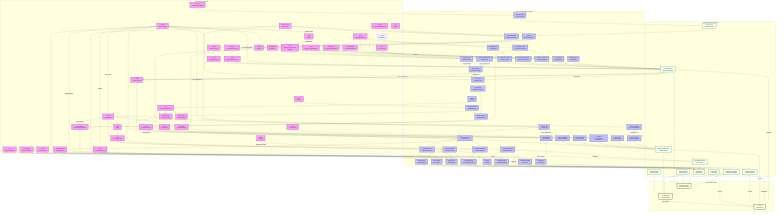
This is docs/figures/scoliosis_mechanism_map.png from sayuj1989-ops/life, a Mermaid export, as it was before one commit. Its source is kept beside it as docs/figures/scoliosis_mechanism_map.mmd.
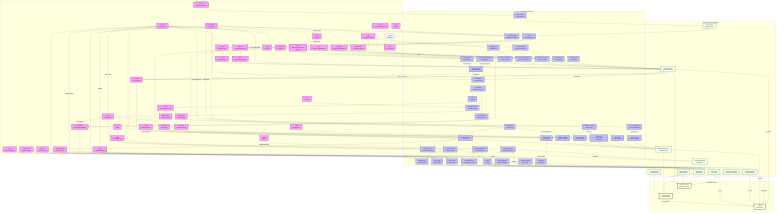
After the change.

Commit message:
weekly-map: add BMSC cilia defect arc

Diff of the diagram source:
```diff
@@ -80,6 +80,7 @@
         VEGF_A[VEGF-A/PGE2<br/>Secretory Response]
         Ferroptosis[Ferroptosis<br/>Iron Overload]
         Membrane_Tension[Membrane Tension<br/>Buffering Reserve]
+        Osteogenic_Signaling[Osteogenic Signaling<br/>BMSC Defect]
     end
 
     subgraph Tissue [Tissue Mechanics & Properties]
@@ -276,10 +277,14 @@
     Muscle_Tone -- "Micro-Tremor Dither" --> PIEZO2
 
 
+
+    CILIA -- "Gene Defect" --> Osteogenic_Signaling
+    Osteogenic_Signaling -- "Disruption" --> Osteogenesis
+
     CAV1 --> Membrane_Tension
     Membrane_Tension --> YAP
 
     class HOX,COL,PIEZO1,PIEZO2,CILIA,LBX1,ADGRG6,PTK7,YAP,PKD2L1,MMP,URP,UTS2R,GFAP,VIM,LAMIN,BMAL1,RUNX3,METTL3,ESR1,MELATONIN,MT2,HIF1A,POC5,DSTYK,TFEB,Beta_Catenin,DPY19L1L,IGF1R,GHR,SOST,FBN1,CCN,PPARGC1A,KCNQ,GPX4,CAV1 gene;
-    class Region,ECM_Assembly,Mech_Trans,Sym_Break,Neur_Diff,Muscle_Diff,Disc_Maint,PCP_Sig,Nucl_Shuttle,CSF_Sensing,Degradation,Astrogliosis,mtROS,Adipogenesis,Hydraulic_Congestion,Immune_Infilt,Circadian_Entrain,Proprio_Maint,H3K9me3,VCL_Stasis,Glymphatic_Stasis,Vestibular_Input,Gi_cAMP,Ciliary_Tuning,Hypoxia,Osteogenesis,Ciliary_Splint,Vacuole_Biogenesis,C_Mannosylation,Rapid_Growth,Energy_Deficit,mtBiogenesis,Fibrosis,TGFB,Osteocyte_Dendrite,Actin_Dynamics,VEGF_A,Ferroptosis,Membrane_Tension process;
+    class Region,ECM_Assembly,Mech_Trans,Sym_Break,Neur_Diff,Muscle_Diff,Disc_Maint,PCP_Sig,Nucl_Shuttle,CSF_Sensing,Degradation,Astrogliosis,mtROS,Adipogenesis,Hydraulic_Congestion,Immune_Infilt,Circadian_Entrain,Proprio_Maint,H3K9me3,VCL_Stasis,Glymphatic_Stasis,Vestibular_Input,Gi_cAMP,Ciliary_Tuning,Hypoxia,Osteogenesis,Ciliary_Splint,Vacuole_Biogenesis,C_Mannosylation,Rapid_Growth,Energy_Deficit,mtBiogenesis,Fibrosis,TGFB,Osteocyte_Dendrite,Actin_Dynamics,VEGF_A,Ferroptosis,Membrane_Tension,Osteogenic_Signaling process;
     class Rest_Kappa,Stiffness,Torsional_Stiffness,Gain,Torsion,Muscle_Tone,Anisotropy,TMD,Reissner_Fiber,Growth_Plate_Dysplasia tissue;
     class S_Curve,Stability,Scoliosis outcome;
```
